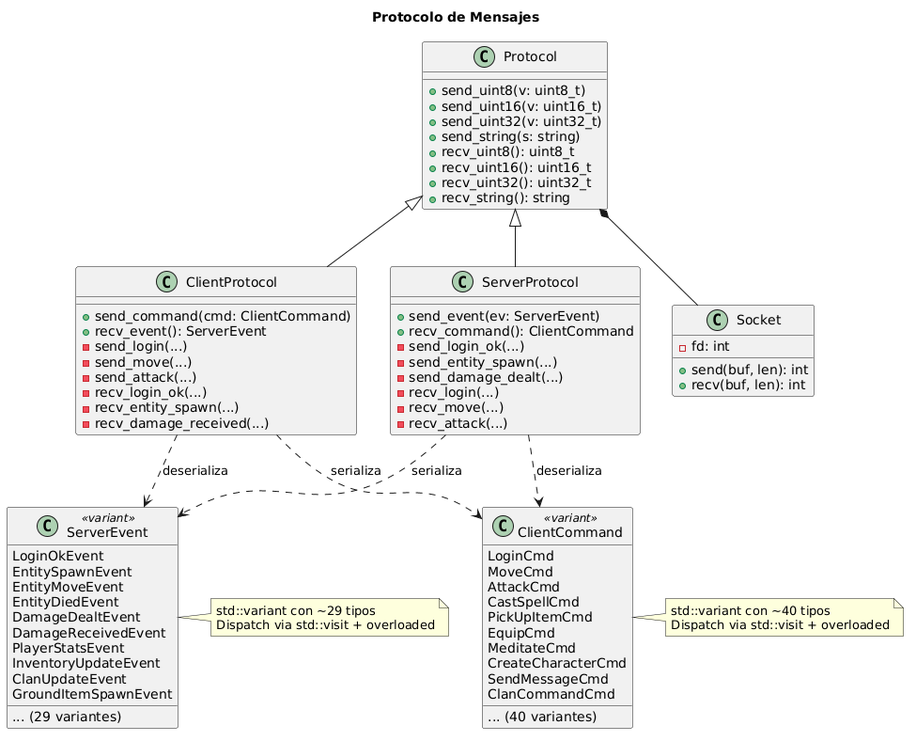
Above: docs/images/uml/communication_messages_protocol.png in MateoGonzalezPautaso/Argentum-MALT (PlantUML), before the change. Its diagram source:
```plantuml
@startuml
title Protocolo de Mensajes

class Protocol {
  + send_uint8(v: uint8_t)
  + send_uint16(v: uint16_t)
  + send_uint32(v: uint32_t)
  + send_string(s: string)
  + recv_uint8(): uint8_t
  + recv_uint16(): uint16_t
  + recv_uint32(): uint32_t
  + recv_string(): string
}

class ServerProtocol {
  + send_event(ev: ServerEvent)
  + recv_command(): ClientCommand
  - send_login_ok(...)
  - send_entity_spawn(...)
  - send_damage_dealt(...)
  - recv_login(...)
  - recv_move(...)
  - recv_attack(...)
}

class ClientProtocol {
  + send_command(cmd: ClientCommand)
  + recv_event(): ServerEvent
  - send_login(...)
  - send_move(...)
  - send_attack(...)
  - recv_login_ok(...)
  - recv_entity_spawn(...)
  - recv_damage_received(...)
}

class Socket {
  - fd: int
  + send(buf, len): int
  + recv(buf, len): int
}

class ClientCommand <<variant>> {
  LoginCmd
  MoveCmd
  AttackCmd
  CastSpellCmd
  PickUpItemCmd
  EquipCmd
  MeditateCmd
  CreateCharacterCmd
  SendMessageCmd
  ClanCommandCmd
  ... (40 variantes)
}

class ServerEvent <<variant>> {
  LoginOkEvent
  EntitySpawnEvent
  EntityMoveEvent
  EntityDiedEvent
  DamageDealtEvent
  DamageReceivedEvent
  PlayerStatsEvent
  InventoryUpdateEvent
  ClanUpdateEvent
  GroundItemSpawnEvent
  ... (29 variantes)
}

Protocol <|-- ServerProtocol
Protocol <|-- ClientProtocol
Protocol *-- Socket
ServerProtocol ..> ServerEvent: serializa
ServerProtocol ..> ClientCommand: deserializa
ClientProtocol ..> ClientCommand: serializa
ClientProtocol ..> ServerEvent: deserializa
note right of ClientCommand
  std::variant con ~40 tipos
  Dispatch via std::visit + overloaded
end note
note right of ServerEvent
  std::variant con ~29 tipos
  Dispatch via std::visit + overloaded
end note
@enduml
```
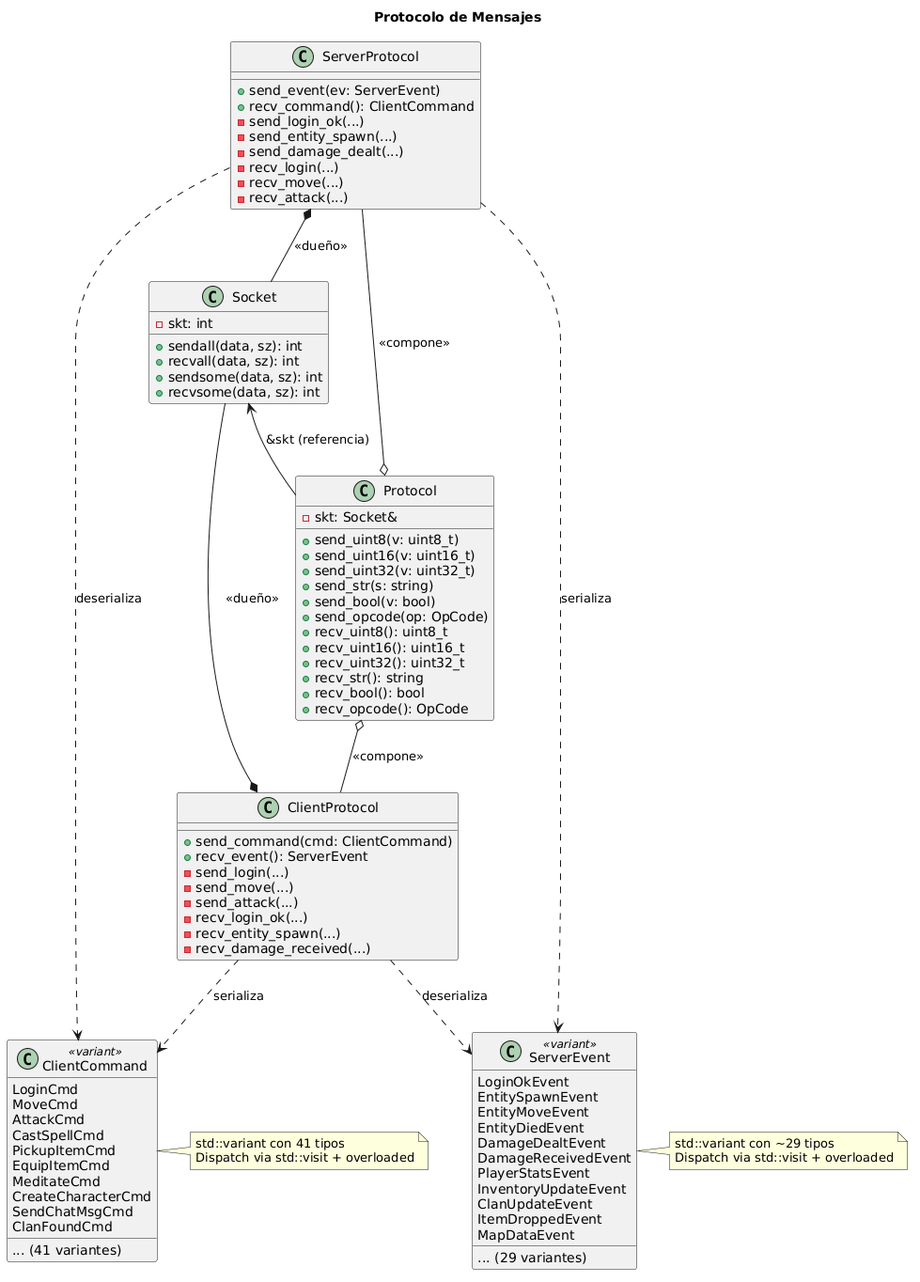
After the commit.

What changed in the source:
```diff
@@ -2,14 +2,19 @@
 title Protocolo de Mensajes
 
 class Protocol {
+  - skt: Socket&
   + send_uint8(v: uint8_t)
   + send_uint16(v: uint16_t)
   + send_uint32(v: uint32_t)
-  + send_string(s: string)
+  + send_str(s: string)
+  + send_bool(v: bool)
+  + send_opcode(op: OpCode)
   + recv_uint8(): uint8_t
   + recv_uint16(): uint16_t
   + recv_uint32(): uint32_t
-  + recv_string(): string
+  + recv_str(): string
+  + recv_bool(): bool
+  + recv_opcode(): OpCode
 }
 
 class ServerProtocol {
@@ -35,9 +40,11 @@
 }
 
 class Socket {
-  - fd: int
-  + send(buf, len): int
-  + recv(buf, len): int
+  - skt: int
+  + sendall(data, sz): int
+  + recvall(data, sz): int
+  + sendsome(data, sz): int
+  + recvsome(data, sz): int
 }
 
 class ClientCommand <<variant>> {
@@ -45,13 +52,13 @@
   MoveCmd
   AttackCmd
   CastSpellCmd
-  PickUpItemCmd
-  EquipCmd
+  PickupItemCmd
+  EquipItemCmd
   MeditateCmd
   CreateCharacterCmd
-  SendMessageCmd
-  ClanCommandCmd
-  ... (40 variantes)
+  SendChatMsgCmd
+  ClanFoundCmd
+  ... (41 variantes)
 }
 
 class ServerEvent <<variant>> {
@@ -64,19 +71,22 @@
   PlayerStatsEvent
   InventoryUpdateEvent
   ClanUpdateEvent
-  GroundItemSpawnEvent
+  ItemDroppedEvent
+  MapDataEvent
   ... (29 variantes)
 }
 
-Protocol <|-- ServerProtocol
-Protocol <|-- ClientProtocol
-Protocol *-- Socket
+Protocol o-- ServerProtocol : <<compone>>
+Protocol o-- ClientProtocol : <<compone>>
+Socket <-- Protocol : &skt (referencia)
+ServerProtocol *-- Socket : <<dueño>>
+ClientProtocol *-- Socket : <<dueño>>
 ServerProtocol ..> ServerEvent: serializa
 ServerProtocol ..> ClientCommand: deserializa
 ClientProtocol ..> ClientCommand: serializa
 ClientProtocol ..> ServerEvent: deserializa
 note right of ClientCommand
-  std::variant con ~40 tipos
+  std::variant con 41 tipos
   Dispatch via std::visit + overloaded
 end note
 note right of ServerEvent
```
